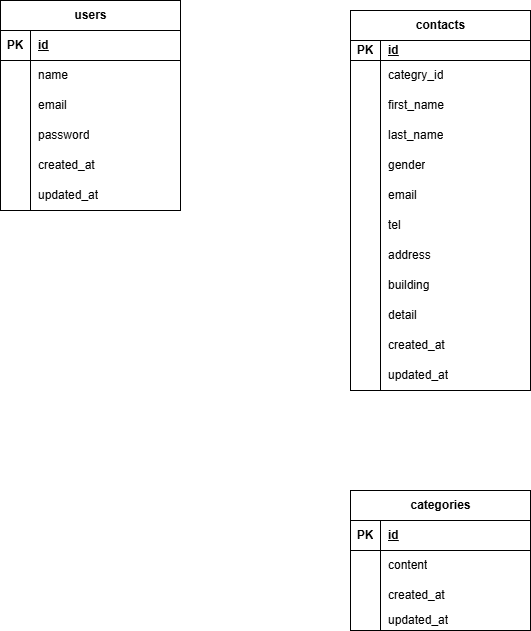
Above: ER.drawio.png in HIDE52/hide-kadai1 (draw.io), before the change. Source tidied: cells renumbered, new cells last; positions are measured from the earlier drawing's top-left corner, leaving out a move shared by most shapes.
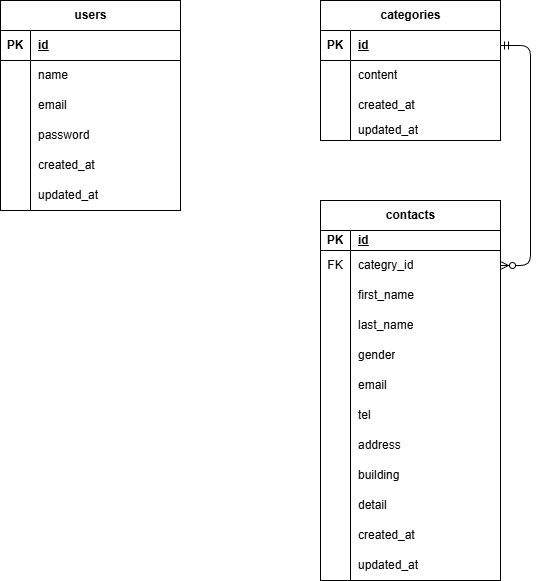
Later version of the same file.

Diff of the diagram source:
```diff
@@ -3,7 +3,7 @@
     <mxCell id="0" />
     <mxCell id="1" parent="0" />
     <mxCell id="2" value="categories" style="shape=table;startSize=30;rowLines=0;fontStyle=1;align=center;html=1;" parent="1" vertex="1">
-      <mxGeometry x="350" y="490" width="180" height="140" as="geometry" />
+      <mxGeometry x="320" width="180" height="140" as="geometry" />
     </mxCell>
     <mxCell id="3" style="shape=tableRow;horizontal=0;startSize=0;swimlaneHead=0;swimlaneBody=0;fillColor=none;points=[[0,0.5],[1,0.5]];portConstraint=eastwest;top=0;left=0;right=0;bottom=1;" parent="2" vertex="1">
       <mxGeometry y="30" width="180" height="30" as="geometry" />
@@ -42,7 +42,7 @@
       <mxGeometry x="30" width="150" height="20" as="geometry" />
     </mxCell>
     <mxCell id="15" value="contacts" style="shape=table;startSize=30;rowLines=0;fontStyle=1;align=center;html=1;" parent="1" vertex="1">
-      <mxGeometry x="350" y="10" width="180" height="380" as="geometry" />
+      <mxGeometry x="320" y="200" width="180" height="380" as="geometry" />
     </mxCell>
     <mxCell id="16" style="shape=tableRow;horizontal=0;startSize=0;swimlaneHead=0;swimlaneBody=0;fillColor=none;top=0;left=0;right=0;bottom=1;" parent="15" vertex="1">
       <mxGeometry y="30" width="180" height="20" as="geometry" />
@@ -56,7 +56,7 @@
     <mxCell id="19" style="shape=tableRow;horizontal=0;startSize=0;swimlaneHead=0;swimlaneBody=0;fillColor=none;points=[[0,0.5],[1,0.5]];portConstraint=eastwest;top=0;left=0;right=0;bottom=0;" parent="15" vertex="1">
       <mxGeometry y="50" width="180" height="30" as="geometry" />
     </mxCell>
-    <mxCell id="20" style="shape=partialRectangle;fillColor=none;top=0;left=0;bottom=0;right=0;overflow=hidden;whiteSpace=wrap;html=1;" parent="19" vertex="1">
+    <mxCell id="20" value="FK" style="shape=partialRectangle;fillColor=none;top=0;left=0;bottom=0;right=0;overflow=hidden;whiteSpace=wrap;html=1;" parent="19" vertex="1">
       <mxGeometry width="30" height="30" as="geometry" />
     </mxCell>
     <mxCell id="21" value="categry_id" style="shape=partialRectangle;fillColor=none;top=0;left=0;bottom=0;right=0;align=left;spacingLeft=6;overflow=hidden;whiteSpace=wrap;html=1;" parent="19" vertex="1">
@@ -209,5 +209,8 @@
     <mxCell id="70" value="updated_at" style="shape=partialRectangle;fillColor=none;top=0;left=0;bottom=0;right=0;align=left;spacingLeft=6;overflow=hidden;whiteSpace=wrap;html=1;" parent="68" vertex="1">
       <mxGeometry x="30" width="150" height="30" as="geometry" />
     </mxCell>
+    <mxCell id="71" style="edgeStyle=entityRelationEdgeStyle;fontSize=12;html=1;endArrow=ERzeroToMany;startArrow=ERmandOne;" parent="1" edge="1" source="3" target="19">
+      <mxGeometry relative="1" as="geometry" />
+    </mxCell>
   </root>
 </mxGraphModel>
```
